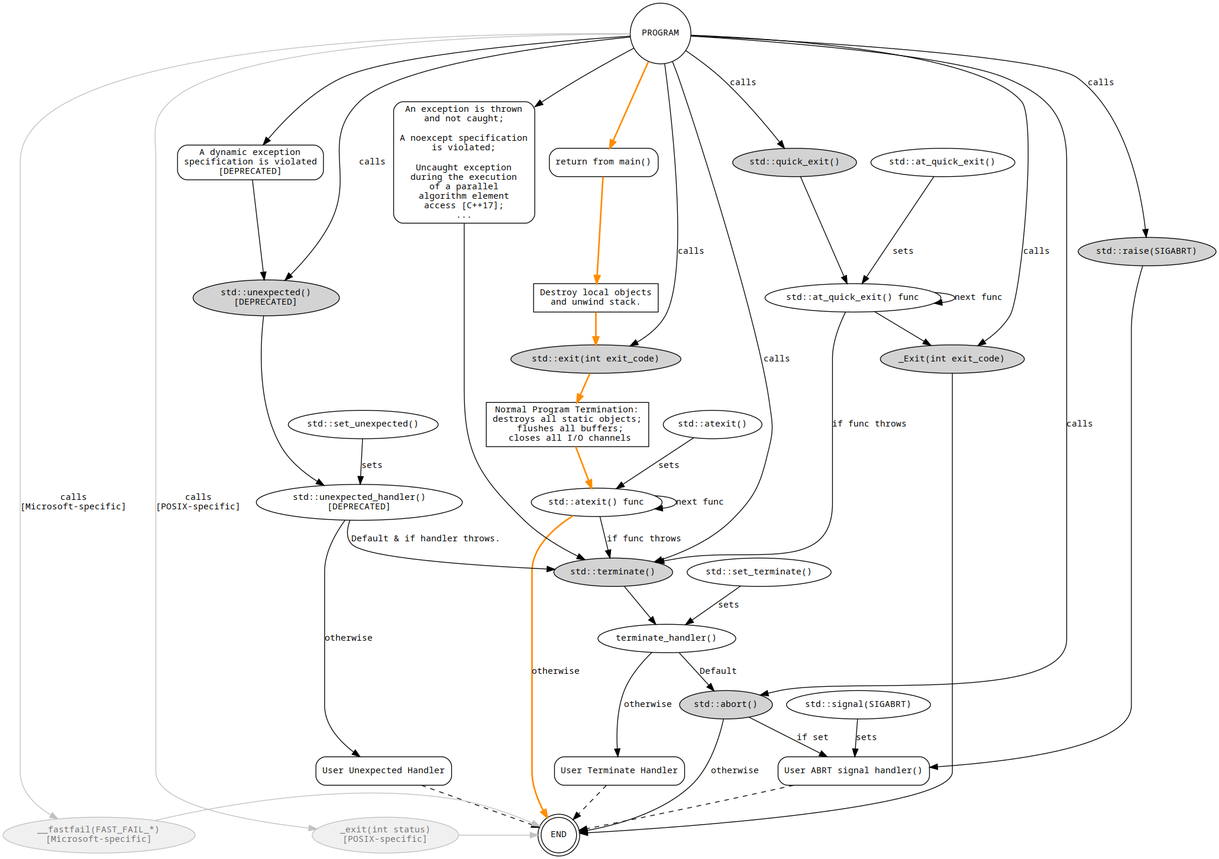
Earlier version of the Graphviz export termination_graph.png (adishavit/Terminators). Its source is kept beside it as termination_graph.gv.
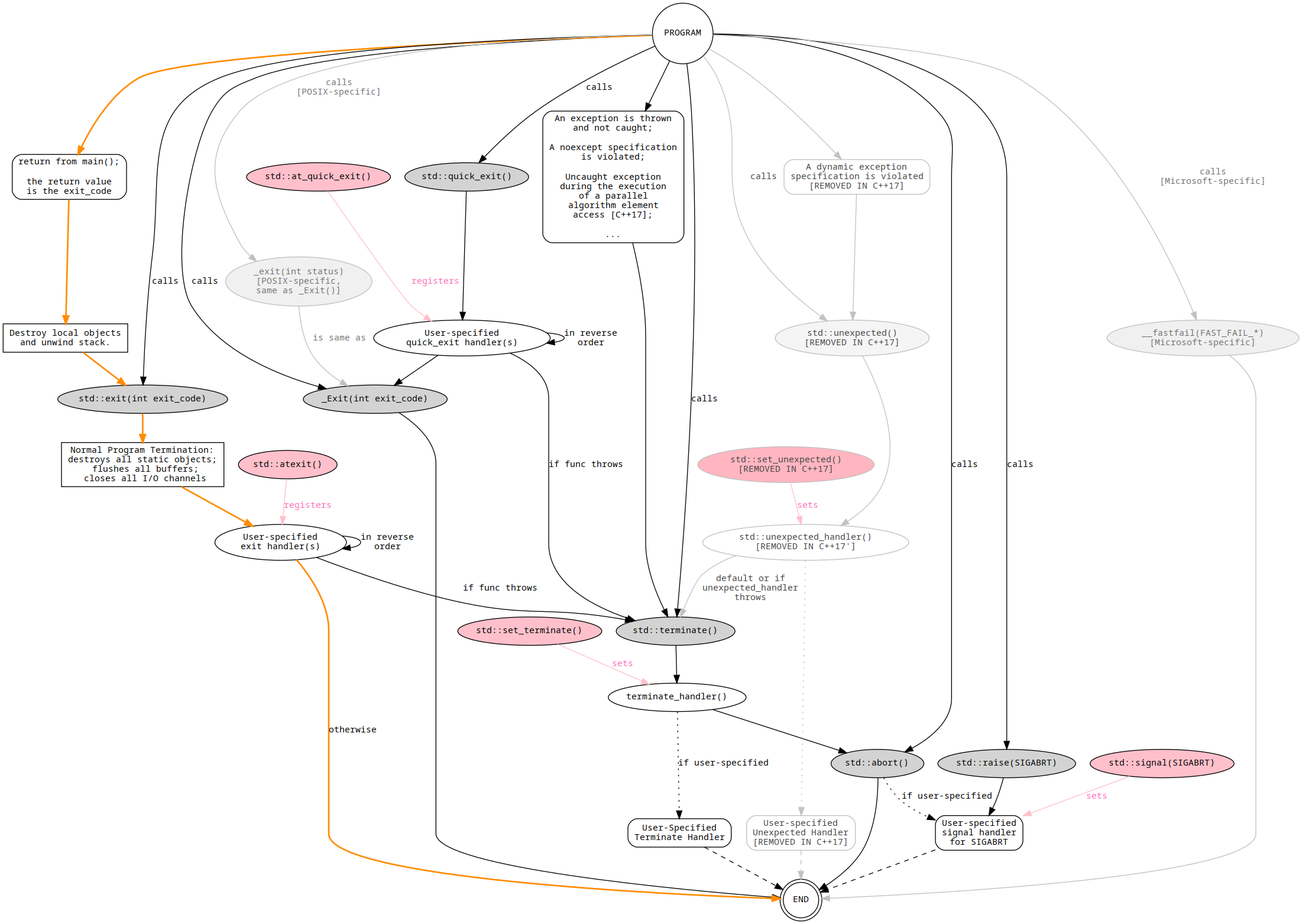
After the change.

Commit message:
feat: Clarify handler setters and clean up layout

What changed in the source:
```diff
@@ -1,103 +1,115 @@
 digraph g{
   node [fontsize=11,fontname="Monospace"];
   edge [fontsize=11,fontname="Monospace"];
+  _Exit                     [label="_Exit(int exit_code)",style="filled"];
 
-  exit                      [label="std::exit(int exit_code)",style="filled"]
+  atexit_func               [label="User-specified\nexit handler(s)"];
+  atexit                    [label="std::atexit()", style="filled", fillcolor=pink];
+
+  set_terminate             [label="std::set_terminate()",style="filled",fillcolor=pink];
+  terminate                 [label="std::terminate()",style="filled"];
+  terminate_handler         [label="terminate_handler()"];
+  terminateCause            [label="An exception is thrown\nand not caught;\n\nA noexcept specification\nis violated;\n\nUncaught exception\nduring the execution\nof a parallel\nalgorithm element\naccess [C++17];\n\n...",shape=box,style="rounded"];
+  user_terminate_handler    [label="User-Specified\nTerminate Handler",shape=box,style="rounded"];
+
+  mainReturn                [label="return from main();\n\nthe return value\nis the exit_code",shape=box,style="rounded"];
   Cleanup                   [label="Normal Program Termination:\ndestroys all static objects;\n flushes all buffers;\n closes all I/O channels",shape=box];
-  atexit_func               [label="std::atexit() func"];
-  atexit                    [label="std::atexit()"];
-  terminate                 [label="std::terminate()",style="filled"]
-  abort                     [label="std::abort()",style="filled"]
-  quick_exit                [label="std::quick_exit()",style="filled"]
-  at_quick_exit_func        [label="std::at_quick_exit() func"];
-  at_quick_exit             [label="std::at_quick_exit()"];
-  _Exit                     [label="_Exit(int exit_code)",style="filled"]
-  terminate_handler         [label="terminate_handler()"]
-  mainReturn                [label="return from main()",shape=box,style="rounded"];
   destroyLocal              [label="Destroy local objects\nand unwind stack.", shape=box];
-  terminateCause            [label="An exception is thrown\nand not caught;\n\nA noexcept specification\nis violated;\n\nUncaught exception\nduring the execution\nof a parallel\nalgorithm element\naccess [C++17];\n...",shape=box,style="rounded"];
-  unexpectedCause           [label="A dynamic exception\nspecification is violated\n[DEPRECATED]",shape=box,style="rounded"];
-  unexpected                [label="std::unexpected()\n[DEPRECATED]",style="filled"]
-  unexpected_handler        [label="std::unexpected_handler()\n[DEPRECATED]"];
-  user_unexpected_handler   [label="User Unexpected Handler",shape=box,style="rounded"]
-  set_unexpected            [label="std::set_unexpected()"]
-  user_terminate_handler    [label="User Terminate Handler",shape=box,style="rounded"];
-  set_terminate             [label="std::set_terminate()"]
-  signal                    [label="std::signal(SIGABRT)"]
-  user_signal_handler       [label="User ABRT signal handler()",shape=box,style="rounded"]
-  raise                     [label="std::raise(SIGABRT)",style="filled"]
+  exit                      [label="std::exit(int exit_code)",style="filled"];
+
+  quick_exit                [label="std::quick_exit()",style="filled"];
+  at_quick_exit_func        [label="User-specified\nquick_exit handler(s)"];
+  at_quick_exit             [label="std::at_quick_exit()", style="filled", fillcolor=pink];
+
+  unexpected                [label="std::unexpected()\n[REMOVED IN C++17]", style="filled", fillcolor=gray96, color=gray, fontcolor=gray26];
+  unexpected_handler        [label="std::unexpected_handler()\n[REMOVED IN C++17']", fillcolor=gray96, color=gray, fontcolor=gray26];
+  unexpectedCause           [label="A dynamic exception\nspecification is violated\n[REMOVED IN C++17]",shape=box,style="rounded", fillcolor=gray96, color=gray, fontcolor=gray26];
+  user_unexpected_handler   [label="User-specified\nUnexpected Handler\n[REMOVED IN C++17]",shape=box,style="rounded", fillcolor=gray96, color=gray, fontcolor=gray26];
+  set_unexpected            [label="std::set_unexpected()\n[REMOVED IN C++17]", style="filled", fillcolor=lightpink, color=gray, fontcolor=gray26];
+
+  abort                     [label="std::abort()",style="filled"];
+
+  raise                     [label="std::raise(SIGABRT)",style="filled"];
+  signal                    [label="std::signal(SIGABRT)", style="filled", fillcolor=pink];
+  user_signal_handler       [label="User-specified\nsignal handler\nfor SIGABRT",shape=box,style="rounded"];
+
+  _exit                     [label="_exit(int status)\n[POSIX-specific,\nsame as _Exit()]",style="filled",fillcolor=gray94,color=gray,fontcolor=gray44];
+  __fastfail                [label="__fastfail(FAST_FAIL_*)\n[Microsoft-specific]",style="filled",fillcolor=gray94, color=gray,fontcolor=gray44];
+
   PROGRAM                   [shape=circle];
   END                       [shape=doublecircle];
 
-  __fastfail                [label="__fastfail(FAST_FAIL_*)\n[Microsoft-specific]",style="filled",fillcolor=gray94, color=gray,fontcolor=gray44]
-  _exit                     [label="_exit(int status)\n[POSIX-specific]",style="filled",fillcolor=gray94,color=gray,fontcolor=gray44]
 
+  PROGRAM -> __fastfail [label="calls\n[Microsoft-specific]", color=gray, fontcolor=gray44];
+  PROGRAM -> _Exit [label="calls"];
+  PROGRAM -> _exit [label="calls\n[POSIX-specific]", color=gray, fontcolor=gray44];
+  __fastfail -> END [color=gray];
+  _exit -> _Exit [label="is same as",color=gray, fontcolor=gray44];
+  _Exit -> END;
 
-  PROGRAM -> mainReturn [color=darkorange style=bold]
-  PROGRAM -> terminateCause
-  PROGRAM -> unexpectedCause
-  PROGRAM -> exit [label=calls]
-  PROGRAM -> quick_exit [label=calls]
-  PROGRAM -> unexpected [label=calls]
-  PROGRAM -> abort [label=calls]
-  PROGRAM -> terminate [label=calls]
-  PROGRAM -> _Exit [label=calls]
-  PROGRAM -> raise [label=calls]
+  PROGRAM -> mainReturn [color=darkorange style=bold];
+  mainReturn -> destroyLocal [color=darkorange style=bold];
+  destroyLocal -> exit [color=darkorange style=bold];
 
-  exit  -> Cleanup [color=darkorange style=bold]
-  Cleanup -> atexit_func  [color=darkorange style=bold]
-  atexit -> atexit_func [label=sets]
-  atexit_func -> atexit_func [label="next func"]
+  PROGRAM -> exit [label="calls"];
+  exit -> Cleanup [color=darkorange style=bold];
+  Cleanup -> atexit_func[color=darkorange style=bold];
+  atexit -> atexit_func [label="registers", color=pink, fontcolor=hotpink];
+  atexit_func -> atexit_func [label="in reverse\norder"];
   atexit_func -> terminate [label="if func throws"];
-  atexit_func -> END [label=otherwise color=darkorange style=bold]
-  abort -> END [label=otherwise]
+  atexit_func -> END [label=otherwise color=darkorange style=bold];
 
-  at_quick_exit -> at_quick_exit_func [label=sets]
+  PROGRAM -> quick_exit [label="calls"];
+  at_quick_exit -> at_quick_exit_func [label="registers", color=pink, fontcolor=hotpink];
   quick_exit-> at_quick_exit_func;
-  at_quick_exit_func -> at_quick_exit_func [label="next func"];
+  at_quick_exit_func -> at_quick_exit_func [label="in reverse\norder"];
   at_quick_exit_func -> terminate [label="if func throws"];
   at_quick_exit_func -> _Exit
 
-  _Exit -> END
-  terminate -> terminate_handler
-  terminate_handler -> abort [label="Default"]
-  terminate_handler -> user_terminate_handler [label="otherwise"]
-  set_terminate -> terminate_handler [label=sets]
-  terminateCause -> terminate
-
-  mainReturn -> destroyLocal [color=darkorange style=bold]
-  destroyLocal -> exit [color=darkorange style=bold]
-
-  unexpectedCause -> unexpected
-  unexpected -> unexpected_handler
-  unexpected_handler -> terminate [label="Default & if handler throws."]
-  unexpected_handler -> user_unexpected_handler [label=otherwise];
-  set_unexpected -> unexpected_handler [label=sets];
-
-  user_unexpected_handler -> END [style=dashed];
+  PROGRAM -> terminateCause;
+  PROGRAM -> terminate [label="calls"];
+  terminate -> terminate_handler;
+  terminate_handler -> abort;
+  terminate_handler -> user_terminate_handler [style=dotted, label="if user-specified"];
+  set_terminate -> terminate_handler [label="sets", color=pink, fontcolor=hotpink];
+  terminateCause -> terminate;
   user_terminate_handler -> END [style=dashed];
 
-  signal -> user_signal_handler [label=sets]
-  abort -> user_signal_handler [label="if set"]
+  PROGRAM -> abort [label="calls"];
+  abort -> END;
+
+  PROGRAM -> unexpectedCause [color=gray76];
+  PROGRAM -> unexpected [label="calls", color=gray76, fontcolor=gray26];
+  unexpectedCause -> unexpected [color=gray76];
+  unexpected -> unexpected_handler [color=gray76];
+  unexpected_handler -> terminate [label="default or if\nunexpected_handler\nthrows", color=gray76, fontcolor=gray26];
+  unexpected_handler -> user_unexpected_handler [style=dotted, color=gray76];
+  set_unexpected -> unexpected_handler [label="sets", color=pink, fontcolor=hotpink];
+  user_unexpected_handler -> END [style=dashed, color=gray76];
+
+  PROGRAM -> raise [label="calls"];
+  raise -> user_signal_handler;
+  signal -> user_signal_handler [label="sets", color=pink, fontcolor=hotpink];
+  abort -> user_signal_handler [style=dotted, label="if user-specified"];
   user_signal_handler -> END [style=dashed];
-  raise -> user_signal_handler
-
-
-  PROGRAM -> __fastfail [label="calls\n[Microsoft-specific]", color=gray]
-  __fastfail -> END [color=gray]
-
-  PROGRAM -> _exit [label="calls\n[POSIX-specific]", color=gray]
-  _exit -> END [color=gray]
 
 
 
-  {rank=source; PROGRAM }
-  {rank=same; mainReturn terminateCause unexpectedCause}
+  {rank=source; PROGRAM};
+
+  {rank=same; mainReturn terminateCause unexpectedCause};
+
+  {rank=same; at_quick_exit quick_exit};
+
+  {rank=same; at_quick_exit_func unexpected __fastfail};
+
+  {rank=same; atexit set_unexpected};
 
 
-  {rank=same; __fastfail _exit END  }
+  {rank=same; raise signal};
+
+  {rank=same; user_unexpected_handler user_terminate_handler user_signal_handler};
 
 
-  {rank=same; user_unexpected_handler user_terminate_handler user_signal_handler}
-  {rank=sink; END }
+  {rank=sink; END};
 }
```
